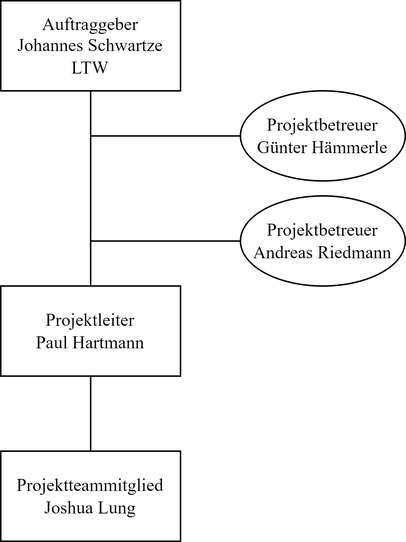
The draw.io diagram Diplomarbeit/images/projektorganigramm.png in jokil123/Fahrradturm, before a commit. Source tidied: cells renumbered, new cells last; positions are measured from the earlier drawing's top-left corner, leaving out a move shared by most shapes.
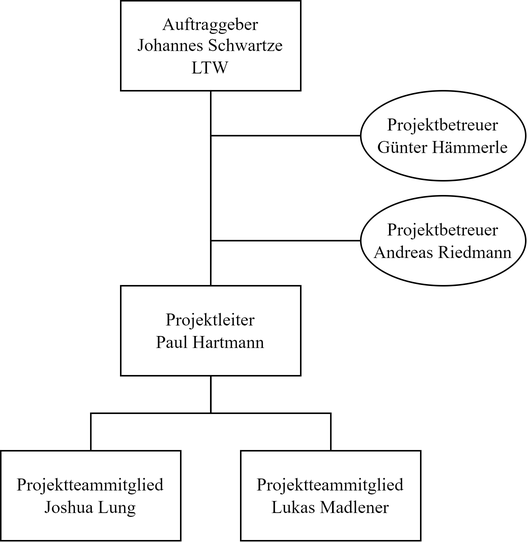
Later version of the same file.

What changed in the source:
```diff
@@ -15,7 +15,7 @@
       <mxGeometry y="190" width="120" height="60" as="geometry" />
     </mxCell>
     <mxCell id="6" value="Projektteammitglied&lt;br&gt;Joshua Lung" style="rounded=0;whiteSpace=wrap;html=1;fontFamily=Times New Roman;" parent="1" vertex="1">
-      <mxGeometry y="300" width="120" height="60" as="geometry" />
+      <mxGeometry x="-80" y="300" width="120" height="60" as="geometry" />
     </mxCell>
     <mxCell id="7" style="edgeStyle=orthogonalEdgeStyle;rounded=0;html=1;entryX=0.5;entryY=0;entryDx=0;entryDy=0;endArrow=none;endFill=0;fontFamily=Times New Roman;" parent="1" edge="1" source="8" target="5">
       <mxGeometry relative="1" as="geometry" />
@@ -29,5 +29,11 @@
     <mxCell id="10" value="Projektbetreuer&lt;br&gt;Andreas Riedmann" style="ellipse;whiteSpace=wrap;html=1;fontFamily=Times New Roman;" parent="1" vertex="1">
       <mxGeometry x="160" y="130" width="110" height="60" as="geometry" />
     </mxCell>
+    <mxCell id="11" value="Projektteammitglied&lt;br&gt;Lukas Madlener" style="rounded=0;whiteSpace=wrap;html=1;fontFamily=Times New Roman;" parent="1" vertex="1">
+      <mxGeometry x="80" y="300" width="120" height="60" as="geometry" />
+    </mxCell>
+    <mxCell id="12" style="edgeStyle=orthogonalEdgeStyle;rounded=0;html=1;endArrow=none;endFill=0;fontFamily=Times New Roman;" parent="1" edge="1" source="5" target="11">
+      <mxGeometry relative="1" as="geometry" />
+    </mxCell>
   </root>
 </mxGraphModel>
```
